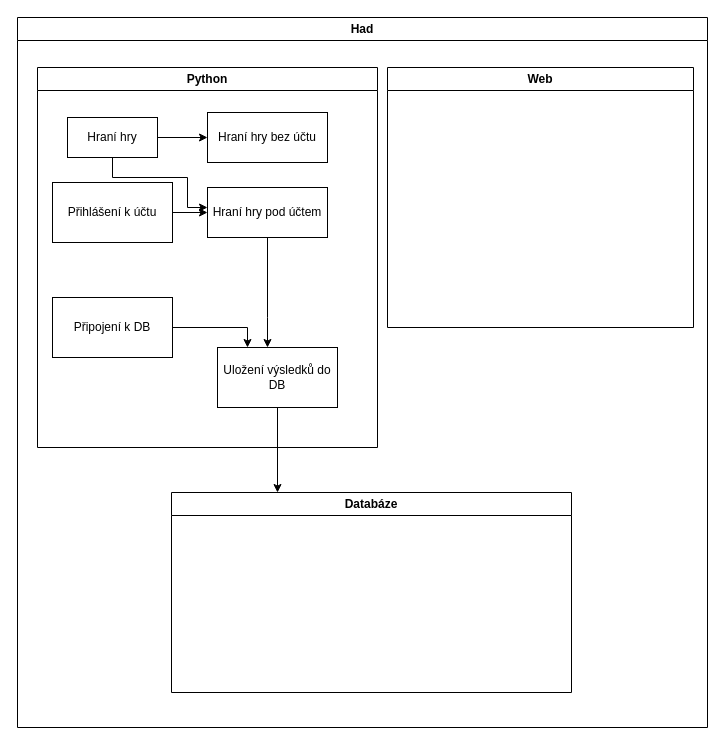
The draw.io diagram 2023_IT/2023_IT_Projekt.drawio in JaroslavHolecek/SPS_for_students, before the edit. Source tidied: cells renumbered, new cells numbered last; positions are measured from the earlier drawing's top-left corner, leaving out a move shared by most shapes. Both pictures are drawn from the tidied source at 100%, with x=0, y=0 at pixel (17, 17).
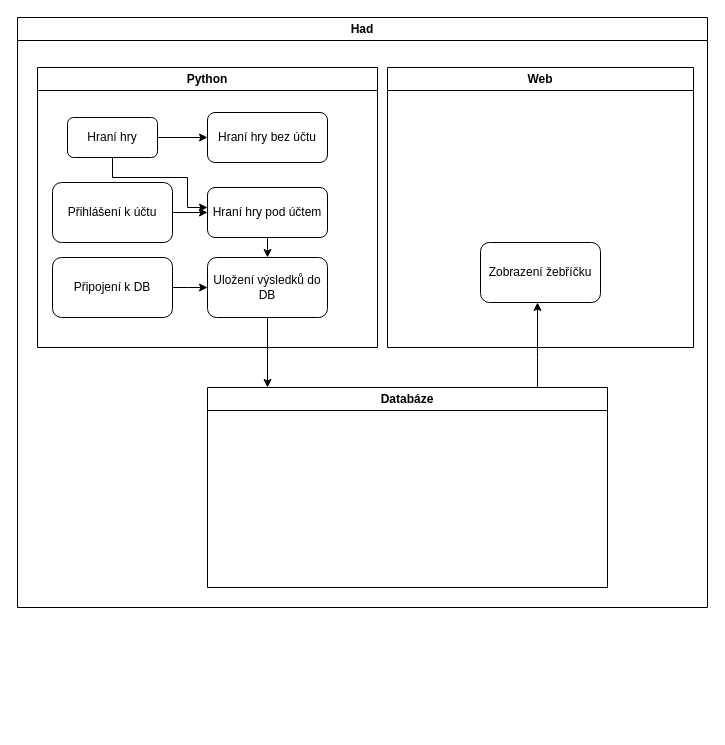
The same page after the edit.

The edit, as a diff of the source:
```diff
@@
     <mxCell id="2" value="Had" style="swimlane;whiteSpace=wrap;html=1;" parent="1" vertex="1">
-      <mxGeometry width="690" height="710" as="geometry" />
+      <mxGeometry width="690" height="590" as="geometry" />
     </mxCell>
     <mxCell id="3" value="Python" style="swimlane;whiteSpace=wrap;html=1;" parent="2" vertex="1">
-      <mxGeometry x="20" y="50" width="340" height="380" as="geometry" />
+      <mxGeometry x="20" y="50" width="340" height="280" as="geometry" />
     </mxCell>
@@
-    <mxCell id="6" value="Hraní hry" style="rounded=0;whiteSpace=wrap;html=1;" parent="3" vertex="1">
+    <mxCell id="6" value="Hraní hry" style="rounded=1;whiteSpace=wrap;html=1;" parent="3" vertex="1">
       <mxGeometry x="30" y="50" width="90" height="40" as="geometry" />
     </mxCell>
@@
-    <mxCell id="8" value="Přihlášení k účtu" style="rounded=0;whiteSpace=wrap;html=1;" parent="3" vertex="1">
+    <mxCell id="8" value="Přihlášení k účtu" style="rounded=1;whiteSpace=wrap;html=1;" parent="3" vertex="1">
       <mxGeometry x="15" y="115" width="120" height="60" as="geometry" />
     </mxCell>
-    <mxCell id="9" value="Hraní hry bez účtu" style="rounded=0;whiteSpace=wrap;html=1;" parent="3" vertex="1">
+    <mxCell id="9" value="Hraní hry bez účtu" style="rounded=1;whiteSpace=wrap;html=1;" parent="3" vertex="1">
       <mxGeometry x="170" y="45" width="120" height="50" as="geometry" />
     </mxCell>
@@
-    <mxCell id="11" value="Hraní hry pod účtem" style="rounded=0;whiteSpace=wrap;html=1;" parent="3" vertex="1">
+    <mxCell id="11" value="Hraní hry pod účtem" style="rounded=1;whiteSpace=wrap;html=1;" parent="3" vertex="1">
       <mxGeometry x="170" y="120" width="120" height="50" as="geometry" />
     </mxCell>
-    <mxCell id="12" value="Uložení výsledků do DB" style="rounded=0;whiteSpace=wrap;html=1;" parent="3" vertex="1">
-      <mxGeometry x="180" y="280" width="120" height="60" as="geometry" />
+    <mxCell id="12" value="Uložení výsledků do DB" style="rounded=1;whiteSpace=wrap;html=1;" parent="3" vertex="1">
+      <mxGeometry x="170" y="190" width="120" height="60" as="geometry" />
     </mxCell>
     <mxCell id="13" style="edgeStyle=orthogonalEdgeStyle;rounded=0;jettySize=auto;html=1;" parent="3" edge="1" source="14" target="12">
       <mxGeometry relative="1" as="geometry">
         <Array as="points">
-          <mxPoint x="210" y="260" />
+          <mxPoint x="150" y="220" />
+          <mxPoint x="150" y="220" />
         </Array>
       </mxGeometry>
     </mxCell>
-    <mxCell id="14" value="Připojení k DB" style="rounded=0;whiteSpace=wrap;html=1;" parent="3" vertex="1">
-      <mxGeometry x="15" y="230" width="120" height="60" as="geometry" />
+    <mxCell id="14" value="Připojení k DB" style="rounded=1;whiteSpace=wrap;html=1;" parent="3" vertex="1">
+      <mxGeometry x="15" y="190" width="120" height="60" as="geometry" />
     </mxCell>
     <mxCell id="15" value="Web" style="swimlane;whiteSpace=wrap;html=1;" parent="2" vertex="1">
-      <mxGeometry x="370" y="50" width="306" height="260" as="geometry" />
+      <mxGeometry x="370" y="50" width="306" height="280" as="geometry" />
     </mxCell>
+    <mxCell id="18" value="Zobrazení žebříčku" style="rounded=1;whiteSpace=wrap;html=1;" parent="15" vertex="1">
+      <mxGeometry x="93" y="175" width="120" height="60" as="geometry" />
+    </mxCell>
+    <mxCell id="19" style="edgeStyle=orthogonalEdgeStyle;rounded=0;jettySize=auto;html=1;" parent="2" edge="1" source="16" target="18">
+      <mxGeometry relative="1" as="geometry">
+        <Array as="points">
+          <mxPoint x="520" y="340" />
+          <mxPoint x="520" y="340" />
+        </Array>
+      </mxGeometry>
+    </mxCell>
     <mxCell id="16" value="Databáze" style="swimlane;whiteSpace=wrap;html=1;" parent="2" vertex="1">
-      <mxGeometry x="154" y="475" width="400" height="200" as="geometry" />
+      <mxGeometry x="190" y="370" width="400" height="200" as="geometry" />
     </mxCell>
```
